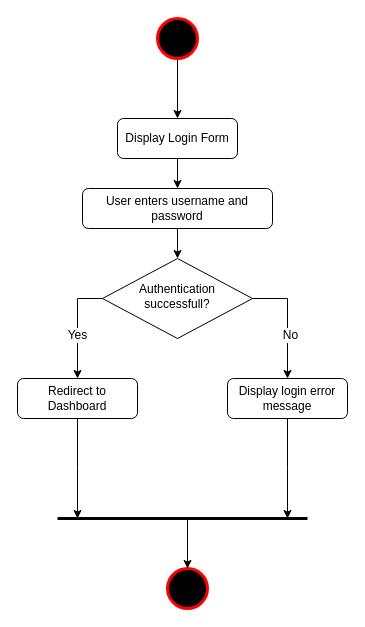
The draw.io diagram page "Login" (2 of 15) of Activity Diagram.drawio in shamim36/Final-Defence-Diagram, before the edit. Source tidied: cells renumbered, new cells numbered last; positions are measured from the earlier drawing's top-left corner, leaving out a move shared by most shapes. Both pictures are drawn from the tidied source at 100%, with x=0, y=0 at pixel (17, 18).
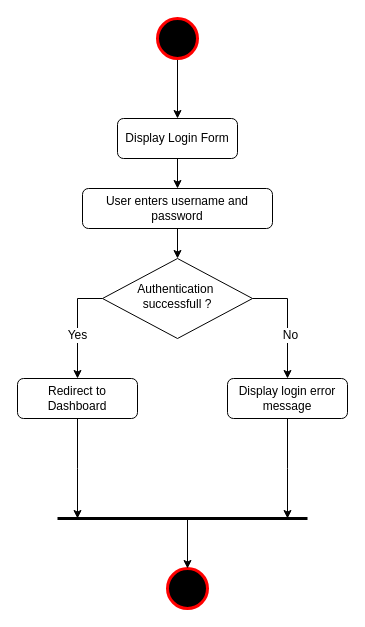
After the change.

Change to the diagram source:
```diff
@@
-    <mxCell id="8" value="Authentication successfull?" style="rhombus;whiteSpace=wrap;html=1;shadow=0;fontFamily=Helvetica;fontSize=12;align=center;strokeWidth=1;spacing=6;spacingTop=-4;" parent="1" vertex="1">
+    <mxCell id="8" value="Authentication&amp;nbsp;&lt;div&gt;successfull ?&lt;/div&gt;" style="rhombus;whiteSpace=wrap;html=1;shadow=0;fontFamily=Helvetica;fontSize=12;align=center;strokeWidth=1;spacing=6;spacingTop=-4;" parent="1" vertex="1">
       <mxGeometry x="85" y="240" width="150" height="80" as="geometry" />
     </mxCell>
```
